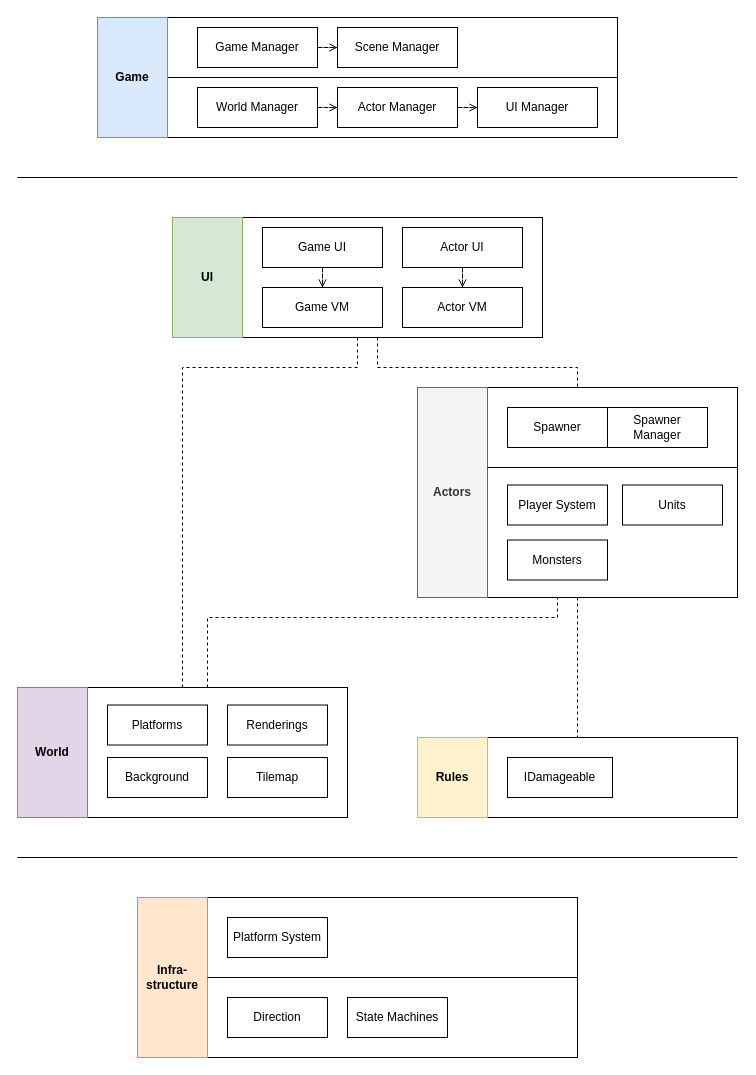
Earlier version of the draw.io diagram Assets/System Design/게임 구성.drawio (clssl15-Org/ProjectH). Source tidied: cells renumbered, new cells numbered last; positions are measured from the earlier drawing's top-left corner, leaving out a move shared by most shapes. Both pictures are drawn from the tidied source at 100%, with x=0, y=0 at pixel (17, 17).
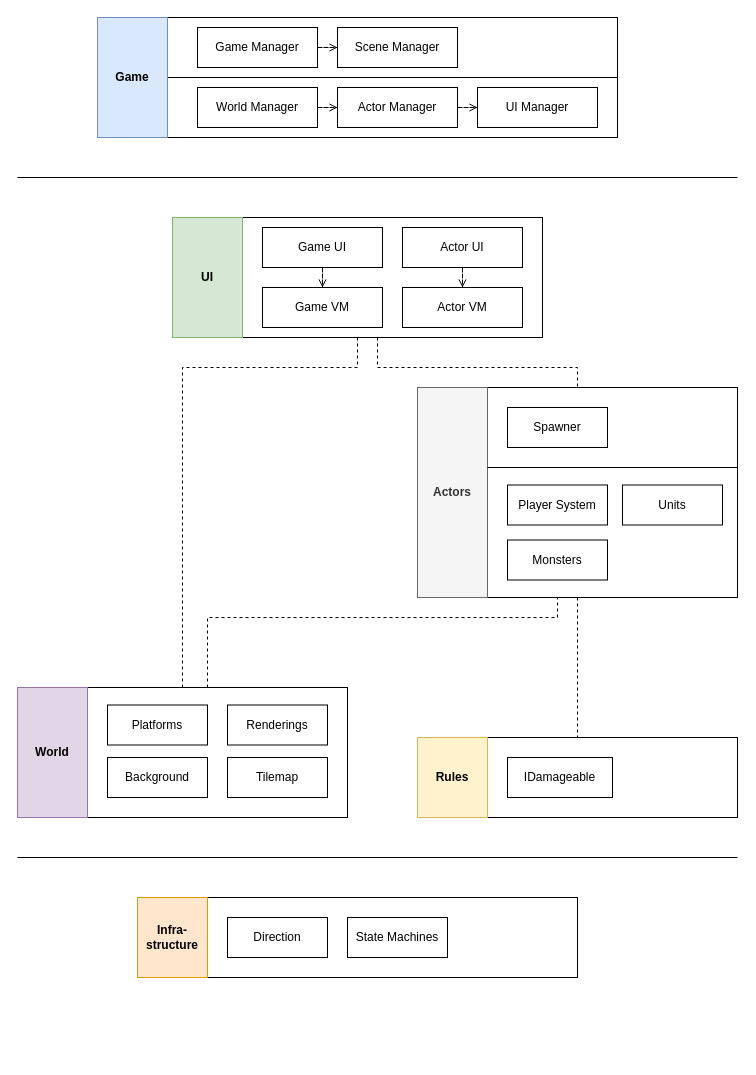
The same page after the edit.

What changed in the source:
```diff
@@
     <mxCell id="9" style="rounded=0;whiteSpace=wrap;html=1;" parent="1" vertex="1">
-      <mxGeometry x="120" y="880" width="440" height="160" as="geometry" />
+      <mxGeometry x="120" y="880" width="440" height="80" as="geometry" />
     </mxCell>
     <mxCell id="10" value="Direction" style="rounded=0;whiteSpace=wrap;html=1;" parent="1" vertex="1">
-      <mxGeometry x="210" y="980" width="100" height="40" as="geometry" />
+      <mxGeometry x="210" y="900" width="100" height="40" as="geometry" />
     </mxCell>
@@
     <mxCell id="15" value="&lt;b&gt;Infra-&lt;/b&gt;&lt;div&gt;&lt;b&gt;structure&lt;/b&gt;&lt;/div&gt;" style="rounded=0;whiteSpace=wrap;html=1;fillColor=#ffe6cc;strokeColor=#d79b00;" parent="1" vertex="1">
-      <mxGeometry x="120" y="880" width="70" height="160" as="geometry" />
+      <mxGeometry x="120" y="880" width="70" height="80" as="geometry" />
     </mxCell>
@@
     <mxCell id="17" value="State Machines" style="rounded=0;whiteSpace=wrap;html=1;" parent="1" vertex="1">
-      <mxGeometry x="330" y="980" width="100" height="40" as="geometry" />
+      <mxGeometry x="330" y="900" width="100" height="40" as="geometry" />
     </mxCell>
@@
-    <mxCell id="46" value="Platform System" style="rounded=0;whiteSpace=wrap;html=1;" parent="1" vertex="1">
-      <mxGeometry x="210" y="900" width="100" height="40" as="geometry" />
-    </mxCell>
-    <mxCell id="47" style="endArrow=none;html=1;rounded=0;entryX=1;entryY=0.5;entryDx=0;entryDy=0;exitX=1;exitY=0.5;exitDx=0;exitDy=0;" parent="1" edge="1" source="15" target="9">
-      <mxGeometry relative="1" as="geometry" />
-    </mxCell>
@@
-    <mxCell id="50" value="Spawner Manager" style="rounded=0;whiteSpace=wrap;html=1;" parent="1" vertex="1">
-      <mxGeometry x="590" y="390" width="100" height="40" as="geometry" />
-    </mxCell>
```
